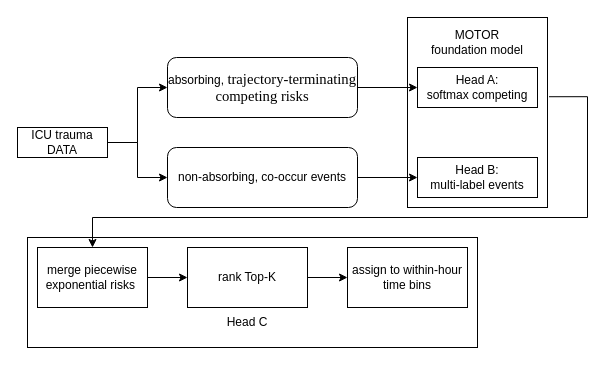
VANILAAAAAAAA/slides-assets keeps this draw.io diagram as proposal_1.drawio. Above is the earlier version. Source tidied: cells renumbered, new cells numbered last; positions are measured from the earlier drawing's top-left corner, leaving out a move shared by most shapes. Both pictures are drawn from the tidied source at 100%, with x=0, y=0 at pixel (17, 17).
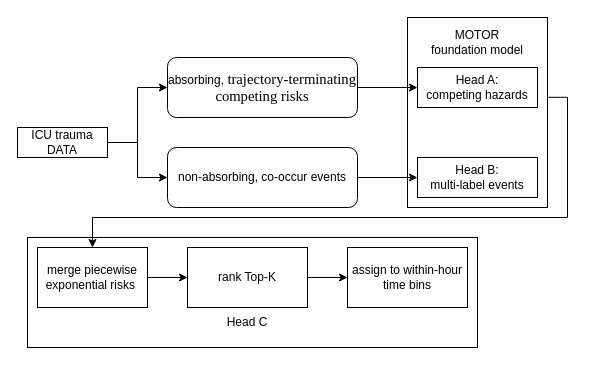
Above is the later version.

The change refers to these unchanged cells:
```xml
<mxCell id="4" style="rounded=0;whiteSpace=wrap;html=1;" parent="1" vertex="1">
  <mxGeometry x="390" width="140" height="190" as="geometry" />
</mxCell>
<mxCell id="16" value="merge piecewise exponential risks&amp;nbsp;" style="rounded=0;whiteSpace=wrap;html=1;" parent="1" vertex="1">
  <mxGeometry x="20" y="230" width="110" height="60" as="geometry" />
</mxCell>
```

What changed in the source:
```diff
@@
-    <mxCell id="3" style="edgeStyle=orthogonalEdgeStyle;rounded=0;jettySize=auto;html=1;entryX=0.5;entryY=0;entryDx=0;entryDy=0;exitX=1.011;exitY=0.417;exitDx=0;exitDy=0;exitPerimeter=0;" parent="1" edge="1" source="4" target="16">
+    <mxCell id="3" style="edgeStyle=orthogonalEdgeStyle;rounded=0;jettySize=auto;html=1;entryX=0.5;entryY=0;entryDx=0;entryDy=0;exitX=1.006;exitY=0.42;exitDx=0;exitDy=0;exitPerimeter=0;" parent="1" edge="1" source="4" target="16">
       <mxGeometry relative="1" as="geometry">
         <Array as="points">
-          <mxPoint x="570" y="79" />
-          <mxPoint x="570" y="200" />
+          <mxPoint x="550" y="80" />
+          <mxPoint x="550" y="200" />
           <mxPoint x="75" y="200" />
         </Array>
       </mxGeometry>
     </mxCell>
@@
-    <mxCell id="12" value="&lt;div&gt;Head A:&lt;/div&gt;softmax competing" style="rounded=0;whiteSpace=wrap;html=1;" parent="1" vertex="1">
+    <mxCell id="12" value="&lt;div&gt;Head A:&lt;/div&gt;competing hazards" style="rounded=0;whiteSpace=wrap;html=1;" parent="1" vertex="1">
       <mxGeometry x="400" y="50" width="120" height="40" as="geometry" />
     </mxCell>
```
